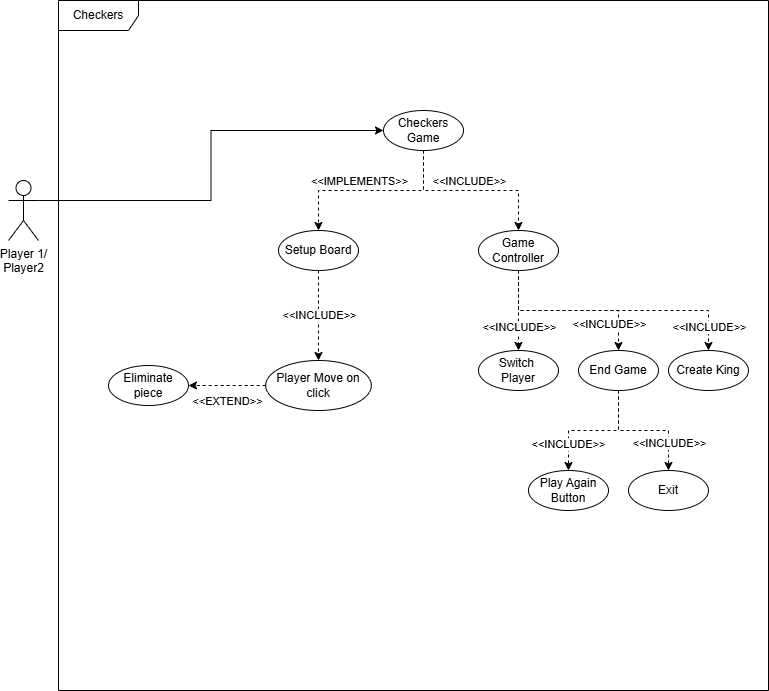
Earlier version of the draw.io export use case diagrams gamelogic/use_case_diagram_checkers.png (aeMyst/Minigame-Portal). Source tidied: cells renumbered, new cells last; positions are measured from the earlier drawing's top-left corner, leaving out a move shared by most shapes. Its diagram source:
```xml
<mxGraphModel>
  <root>
    <mxCell id="0" />
    <mxCell id="1" parent="0" />
    <mxCell id="2" value="Checkers" style="shape=umlFrame;whiteSpace=wrap;html=1;width=80;height=30;" parent="1" vertex="1">
      <mxGeometry x="50" width="710" height="690" as="geometry" />
    </mxCell>
    <mxCell id="3" style="edgeStyle=orthogonalEdgeStyle;rounded=0;jettySize=auto;html=1;exitX=1;exitY=0.3333333333333333;exitDx=0;exitDy=0;exitPerimeter=0;entryX=0;entryY=0.5;entryDx=0;entryDy=0;" parent="1" edge="1" source="4" target="5">
      <mxGeometry relative="1" as="geometry" />
    </mxCell>
    <mxCell id="4" value="Player 1/&lt;div&gt;Player2&lt;br&gt;&lt;div&gt;&lt;div&gt;&lt;br&gt;&lt;/div&gt;&lt;/div&gt;&lt;/div&gt;" style="shape=umlActor;verticalLabelPosition=bottom;verticalAlign=top;html=1;" parent="1" vertex="1">
      <mxGeometry y="180" width="30" height="60" as="geometry" />
    </mxCell>
    <mxCell id="5" value="Checkers Game" style="ellipse;whiteSpace=wrap;html=1;" parent="1" vertex="1">
      <mxGeometry x="375" y="110" width="80" height="40" as="geometry" />
    </mxCell>
    <mxCell id="6" style="edgeStyle=orthogonalEdgeStyle;rounded=0;jettySize=auto;html=1;exitX=0.5;exitY=1;exitDx=0;exitDy=0;entryX=0.5;entryY=0;entryDx=0;entryDy=0;dashed=1;" parent="1" edge="1" source="8" target="9">
      <mxGeometry relative="1" as="geometry" />
    </mxCell>
    <mxCell id="7" value="&amp;lt;&amp;lt;INCLUDE&amp;gt;&amp;gt;" style="edgeLabel;html=1;align=center;verticalAlign=middle;" parent="6" vertex="1">
      <mxGeometry x="-0.03" relative="1" as="geometry" />
    </mxCell>
    <mxCell id="8" value="Setup Board" style="ellipse;whiteSpace=wrap;html=1;" parent="1" vertex="1">
      <mxGeometry x="270" y="230" width="80" height="40" as="geometry" />
    </mxCell>
    <mxCell id="9" value="Player Move on click" style="ellipse;whiteSpace=wrap;html=1;" parent="1" vertex="1">
      <mxGeometry x="257.2" y="360" width="105.6" height="50" as="geometry" />
    </mxCell>
    <mxCell id="10" style="edgeStyle=orthogonalEdgeStyle;rounded=0;jettySize=auto;html=1;exitX=0.5;exitY=1;exitDx=0;exitDy=0;dashed=1;" parent="1" edge="1" source="5" target="8">
      <mxGeometry relative="1" as="geometry">
        <Array as="points">
          <mxPoint x="415" y="190" />
          <mxPoint x="310" y="190" />
        </Array>
      </mxGeometry>
    </mxCell>
    <mxCell id="11" value="&amp;lt;&amp;lt;IMPLEMENTS&amp;gt;&amp;gt;" style="edgeLabel;html=1;align=center;verticalAlign=middle;" parent="10" vertex="1">
      <mxGeometry x="0.11" y="-1" relative="1" as="geometry">
        <mxPoint x="-3" y="-9" as="offset" />
      </mxGeometry>
    </mxCell>
    <mxCell id="12" value="Eliminate piece" style="ellipse;whiteSpace=wrap;html=1;" parent="1" vertex="1">
      <mxGeometry x="100" y="365" width="80" height="40" as="geometry" />
    </mxCell>
    <mxCell id="13" style="edgeStyle=orthogonalEdgeStyle;rounded=0;jettySize=auto;html=1;exitX=0;exitY=0.5;exitDx=0;exitDy=0;entryX=1;entryY=0.5;entryDx=0;entryDy=0;dashed=1;" parent="1" edge="1" source="9" target="12">
      <mxGeometry relative="1" as="geometry" />
    </mxCell>
    <mxCell id="14" value="&amp;lt;&amp;lt;EXTEND&amp;gt;&amp;gt;" style="edgeLabel;html=1;align=center;verticalAlign=middle;" parent="13" vertex="1">
      <mxGeometry relative="1" as="geometry">
        <mxPoint y="15" as="offset" />
      </mxGeometry>
    </mxCell>
    <mxCell id="15" style="edgeStyle=orthogonalEdgeStyle;rounded=0;jettySize=auto;html=1;exitX=0.5;exitY=1;exitDx=0;exitDy=0;entryX=0.5;entryY=0;entryDx=0;entryDy=0;dashed=1;" parent="1" edge="1" source="19" target="20">
      <mxGeometry relative="1" as="geometry" />
    </mxCell>
    <mxCell id="16" value="&amp;lt;&amp;lt;INCLUDE&amp;gt;&amp;gt;" style="edgeLabel;html=1;align=center;verticalAlign=middle;" parent="15" vertex="1">
      <mxGeometry x="0.59" y="-1" relative="1" as="geometry" />
    </mxCell>
    <mxCell id="17" style="edgeStyle=orthogonalEdgeStyle;rounded=0;jettySize=auto;html=1;exitX=0.5;exitY=1;exitDx=0;exitDy=0;entryX=0.5;entryY=0;entryDx=0;entryDy=0;dashed=1;" parent="1" edge="1" source="19" target="21">
      <mxGeometry relative="1" as="geometry" />
    </mxCell>
    <mxCell id="18" value="&amp;lt;&amp;lt;INCLUDE&amp;gt;&amp;gt;" style="edgeLabel;html=1;align=center;verticalAlign=middle;" parent="17" vertex="1">
      <mxGeometry x="0.57" y="-1" relative="1" as="geometry">
        <mxPoint x="1" as="offset" />
      </mxGeometry>
    </mxCell>
    <mxCell id="19" value="End Game" style="ellipse;whiteSpace=wrap;html=1;" parent="1" vertex="1">
      <mxGeometry x="570" y="350" width="80" height="40" as="geometry" />
    </mxCell>
    <mxCell id="20" value="Play Again Button" style="ellipse;whiteSpace=wrap;html=1;" parent="1" vertex="1">
      <mxGeometry x="520" y="470" width="80" height="40" as="geometry" />
    </mxCell>
    <mxCell id="21" value="Exit" style="ellipse;whiteSpace=wrap;html=1;" parent="1" vertex="1">
      <mxGeometry x="620" y="470" width="80" height="40" as="geometry" />
    </mxCell>
    <mxCell id="22" value="Game Controller" style="ellipse;whiteSpace=wrap;html=1;" parent="1" vertex="1">
      <mxGeometry x="470" y="230" width="80" height="40" as="geometry" />
    </mxCell>
    <mxCell id="23" style="edgeStyle=orthogonalEdgeStyle;rounded=0;jettySize=auto;html=1;exitX=0.5;exitY=1;exitDx=0;exitDy=0;dashed=1;entryX=0.5;entryY=0;entryDx=0;entryDy=0;" parent="1" edge="1" source="5" target="22">
      <mxGeometry relative="1" as="geometry" />
    </mxCell>
    <mxCell id="24" value="&amp;lt;&amp;lt;INCLUDE&amp;gt;&amp;gt;" style="edgeLabel;html=1;align=center;verticalAlign=middle;" parent="23" vertex="1">
      <mxGeometry x="-0.12" y="3" relative="1" as="geometry">
        <mxPoint x="8" y="-7" as="offset" />
      </mxGeometry>
    </mxCell>
    <mxCell id="25" style="edgeStyle=orthogonalEdgeStyle;rounded=0;jettySize=auto;html=1;exitX=0.5;exitY=1;exitDx=0;exitDy=0;entryX=0.5;entryY=0;entryDx=0;entryDy=0;dashed=1;" parent="1" edge="1" source="22" target="19">
      <mxGeometry relative="1" as="geometry" />
    </mxCell>
    <mxCell id="26" value="&amp;lt;&amp;lt;INCLUDE&amp;gt;&amp;gt;" style="edgeLabel;html=1;align=center;verticalAlign=middle;" parent="25" vertex="1">
      <mxGeometry x="0.7" y="2" relative="1" as="geometry">
        <mxPoint x="-12" as="offset" />
      </mxGeometry>
    </mxCell>
    <mxCell id="27" value="Switch&amp;nbsp;&lt;div&gt;Pl&lt;span style=&quot;background-color: initial;&quot;&gt;ayer&lt;/span&gt;&lt;/div&gt;" style="ellipse;whiteSpace=wrap;html=1;" parent="1" vertex="1">
      <mxGeometry x="470" y="350" width="80" height="40" as="geometry" />
    </mxCell>
    <mxCell id="28" style="edgeStyle=orthogonalEdgeStyle;rounded=0;jettySize=auto;html=1;exitX=0.5;exitY=1;exitDx=0;exitDy=0;entryX=0.5;entryY=0;entryDx=0;entryDy=0;dashed=1;" parent="1" edge="1" source="22" target="27">
      <mxGeometry relative="1" as="geometry" />
    </mxCell>
    <mxCell id="29" value="&amp;lt;&amp;lt;INCLUDE&amp;gt;&amp;gt;" style="edgeLabel;html=1;align=center;verticalAlign=middle;" parent="28" vertex="1">
      <mxGeometry x="0.41" relative="1" as="geometry" />
    </mxCell>
    <mxCell id="30" value="Create King" style="ellipse;whiteSpace=wrap;html=1;" parent="1" vertex="1">
      <mxGeometry x="660" y="350" width="80" height="40" as="geometry" />
    </mxCell>
    <mxCell id="31" style="edgeStyle=orthogonalEdgeStyle;rounded=0;jettySize=auto;html=1;exitX=0.5;exitY=1;exitDx=0;exitDy=0;entryX=0.5;entryY=0;entryDx=0;entryDy=0;dashed=1;" parent="1" edge="1" source="22" target="30">
      <mxGeometry relative="1" as="geometry" />
    </mxCell>
    <mxCell id="32" value="&amp;lt;&amp;lt;INCLUDE&amp;gt;&amp;gt;" style="edgeLabel;html=1;align=center;verticalAlign=middle;" parent="31" vertex="1">
      <mxGeometry x="0.82" relative="1" as="geometry" />
    </mxCell>
  </root>
</mxGraphModel>
```
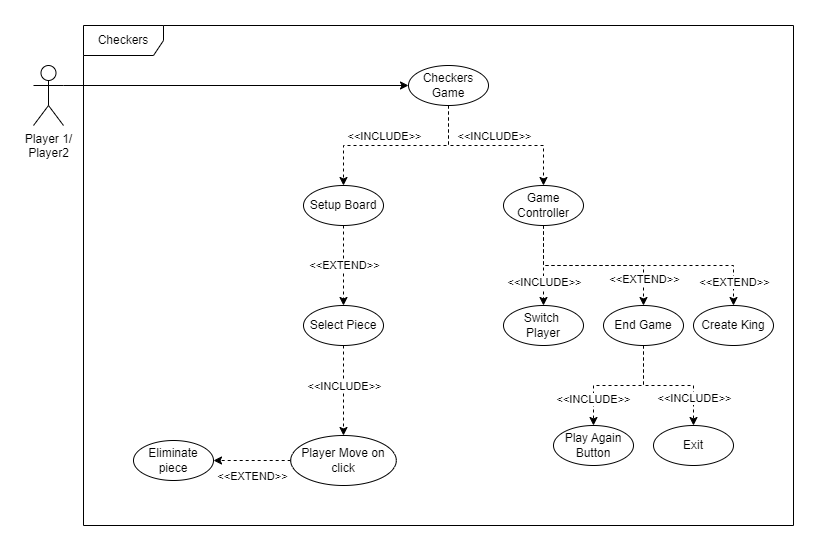
The same file after the commit.

The edit, as a diff of the source:
```diff
@@ -3,28 +3,30 @@
     <mxCell id="0" />
     <mxCell id="1" parent="0" />
     <mxCell id="2" value="Checkers" style="shape=umlFrame;whiteSpace=wrap;html=1;width=80;height=30;" parent="1" vertex="1">
-      <mxGeometry x="50" width="710" height="690" as="geometry" />
+      <mxGeometry x="50" y="70" width="710" height="500" as="geometry" />
     </mxCell>
     <mxCell id="3" style="edgeStyle=orthogonalEdgeStyle;rounded=0;jettySize=auto;html=1;exitX=1;exitY=0.3333333333333333;exitDx=0;exitDy=0;exitPerimeter=0;entryX=0;entryY=0.5;entryDx=0;entryDy=0;" parent="1" edge="1" source="4" target="5">
       <mxGeometry relative="1" as="geometry" />
     </mxCell>
     <mxCell id="4" value="Player 1/&lt;div&gt;Player2&lt;br&gt;&lt;div&gt;&lt;div&gt;&lt;br&gt;&lt;/div&gt;&lt;/div&gt;&lt;/div&gt;" style="shape=umlActor;verticalLabelPosition=bottom;verticalAlign=top;html=1;" parent="1" vertex="1">
-      <mxGeometry y="180" width="30" height="60" as="geometry" />
+      <mxGeometry y="110" width="30" height="60" as="geometry" />
     </mxCell>
     <mxCell id="5" value="Checkers Game" style="ellipse;whiteSpace=wrap;html=1;" parent="1" vertex="1">
       <mxGeometry x="375" y="110" width="80" height="40" as="geometry" />
     </mxCell>
-    <mxCell id="6" style="edgeStyle=orthogonalEdgeStyle;rounded=0;jettySize=auto;html=1;exitX=0.5;exitY=1;exitDx=0;exitDy=0;entryX=0.5;entryY=0;entryDx=0;entryDy=0;dashed=1;" parent="1" edge="1" source="8" target="9">
-      <mxGeometry relative="1" as="geometry" />
+    <mxCell id="6" style="edgeStyle=orthogonalEdgeStyle;rounded=0;jettySize=auto;html=1;exitX=0.5;exitY=1;exitDx=0;exitDy=0;dashed=1;" parent="1" edge="1" source="8">
+      <mxGeometry relative="1" as="geometry">
+        <mxPoint x="310" y="350" as="targetPoint" />
+      </mxGeometry>
     </mxCell>
-    <mxCell id="7" value="&amp;lt;&amp;lt;INCLUDE&amp;gt;&amp;gt;" style="edgeLabel;html=1;align=center;verticalAlign=middle;" parent="6" vertex="1">
+    <mxCell id="7" value="&amp;lt;&amp;lt;EXTEND&amp;gt;&amp;gt;" style="edgeLabel;html=1;align=center;verticalAlign=middle;" parent="6" vertex="1">
       <mxGeometry x="-0.03" relative="1" as="geometry" />
     </mxCell>
     <mxCell id="8" value="Setup Board" style="ellipse;whiteSpace=wrap;html=1;" parent="1" vertex="1">
       <mxGeometry x="270" y="230" width="80" height="40" as="geometry" />
     </mxCell>
     <mxCell id="9" value="Player Move on click" style="ellipse;whiteSpace=wrap;html=1;" parent="1" vertex="1">
-      <mxGeometry x="257.2" y="360" width="105.6" height="50" as="geometry" />
+      <mxGeometry x="257.2" y="480" width="105.6" height="50" as="geometry" />
     </mxCell>
     <mxCell id="10" style="edgeStyle=orthogonalEdgeStyle;rounded=0;jettySize=auto;html=1;exitX=0.5;exitY=1;exitDx=0;exitDy=0;dashed=1;" parent="1" edge="1" source="5" target="8">
       <mxGeometry relative="1" as="geometry">
@@ -34,13 +36,13 @@
         </Array>
       </mxGeometry>
     </mxCell>
-    <mxCell id="11" value="&amp;lt;&amp;lt;IMPLEMENTS&amp;gt;&amp;gt;" style="edgeLabel;html=1;align=center;verticalAlign=middle;" parent="10" vertex="1">
+    <mxCell id="11" value="&amp;lt;&amp;lt;INCLUDE&amp;gt;&amp;gt;" style="edgeLabel;html=1;align=center;verticalAlign=middle;" parent="10" vertex="1">
       <mxGeometry x="0.11" y="-1" relative="1" as="geometry">
         <mxPoint x="-3" y="-9" as="offset" />
       </mxGeometry>
     </mxCell>
     <mxCell id="12" value="Eliminate piece" style="ellipse;whiteSpace=wrap;html=1;" parent="1" vertex="1">
-      <mxGeometry x="100" y="365" width="80" height="40" as="geometry" />
+      <mxGeometry x="100" y="485" width="80" height="40" as="geometry" />
     </mxCell>
     <mxCell id="13" style="edgeStyle=orthogonalEdgeStyle;rounded=0;jettySize=auto;html=1;exitX=0;exitY=0.5;exitDx=0;exitDy=0;entryX=1;entryY=0.5;entryDx=0;entryDy=0;dashed=1;" parent="1" edge="1" source="9" target="12">
       <mxGeometry relative="1" as="geometry" />
@@ -87,9 +89,9 @@
     <mxCell id="25" style="edgeStyle=orthogonalEdgeStyle;rounded=0;jettySize=auto;html=1;exitX=0.5;exitY=1;exitDx=0;exitDy=0;entryX=0.5;entryY=0;entryDx=0;entryDy=0;dashed=1;" parent="1" edge="1" source="22" target="19">
       <mxGeometry relative="1" as="geometry" />
     </mxCell>
-    <mxCell id="26" value="&amp;lt;&amp;lt;INCLUDE&amp;gt;&amp;gt;" style="edgeLabel;html=1;align=center;verticalAlign=middle;" parent="25" vertex="1">
+    <mxCell id="26" value="&amp;lt;&amp;lt;EXTEND&amp;gt;&amp;gt;" style="edgeLabel;html=1;align=center;verticalAlign=middle;" parent="25" vertex="1">
       <mxGeometry x="0.7" y="2" relative="1" as="geometry">
-        <mxPoint x="-12" as="offset" />
+        <mxPoint x="-2" as="offset" />
       </mxGeometry>
     </mxCell>
     <mxCell id="27" value="Switch&amp;nbsp;&lt;div&gt;Pl&lt;span style=&quot;background-color: initial;&quot;&gt;ayer&lt;/span&gt;&lt;/div&gt;" style="ellipse;whiteSpace=wrap;html=1;" parent="1" vertex="1">
@@ -107,8 +109,19 @@
     <mxCell id="31" style="edgeStyle=orthogonalEdgeStyle;rounded=0;jettySize=auto;html=1;exitX=0.5;exitY=1;exitDx=0;exitDy=0;entryX=0.5;entryY=0;entryDx=0;entryDy=0;dashed=1;" parent="1" edge="1" source="22" target="30">
       <mxGeometry relative="1" as="geometry" />
     </mxCell>
-    <mxCell id="32" value="&amp;lt;&amp;lt;INCLUDE&amp;gt;&amp;gt;" style="edgeLabel;html=1;align=center;verticalAlign=middle;" parent="31" vertex="1">
+    <mxCell id="32" value="&amp;lt;&amp;lt;EXTEND&amp;gt;&amp;gt;" style="edgeLabel;html=1;align=center;verticalAlign=middle;" parent="31" vertex="1">
       <mxGeometry x="0.82" relative="1" as="geometry" />
     </mxCell>
+    <mxCell id="33" value="Select Piece" style="ellipse;whiteSpace=wrap;html=1;" parent="1" vertex="1">
+      <mxGeometry x="270" y="350" width="80" height="40" as="geometry" />
+    </mxCell>
+    <mxCell id="34" style="edgeStyle=orthogonalEdgeStyle;rounded=0;jettySize=auto;html=1;exitX=0.5;exitY=1;exitDx=0;exitDy=0;entryX=0.5;entryY=0;entryDx=0;entryDy=0;dashed=1;" parent="1" edge="1" source="33" target="9">
+      <mxGeometry relative="1" as="geometry" />
+    </mxCell>
+    <mxCell id="35" value="&amp;lt;&amp;lt;INCLUDE&amp;gt;&amp;gt;" style="edgeLabel;html=1;align=center;verticalAlign=middle;" parent="34" vertex="1">
+      <mxGeometry x="0.59" y="-1" relative="1" as="geometry">
+        <mxPoint x="1" y="-32" as="offset" />
+      </mxGeometry>
+    </mxCell>
   </root>
 </mxGraphModel>
```
